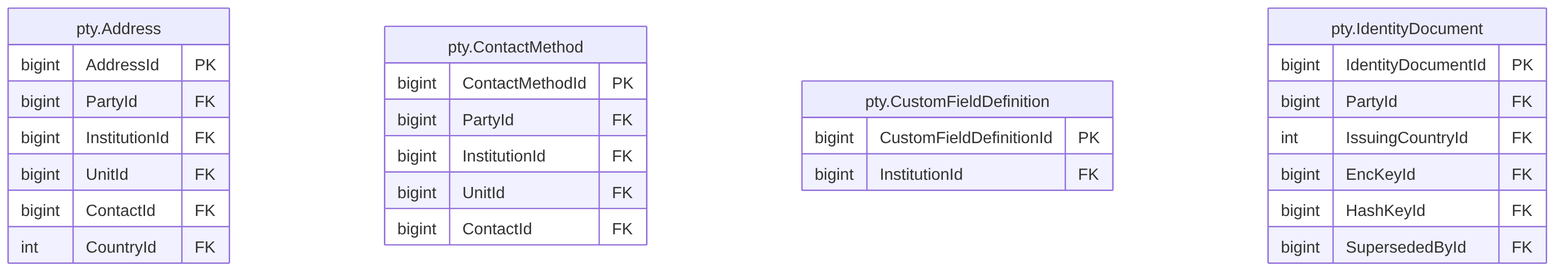
Before: treasury-platform/docs/diagrams/erd/m1_party_1.png, a diagram exported from Mermaid (thawrasy/smartlines). Its source is kept beside it as treasury-platform/docs/diagrams/erd/m1_party_1.mmd.
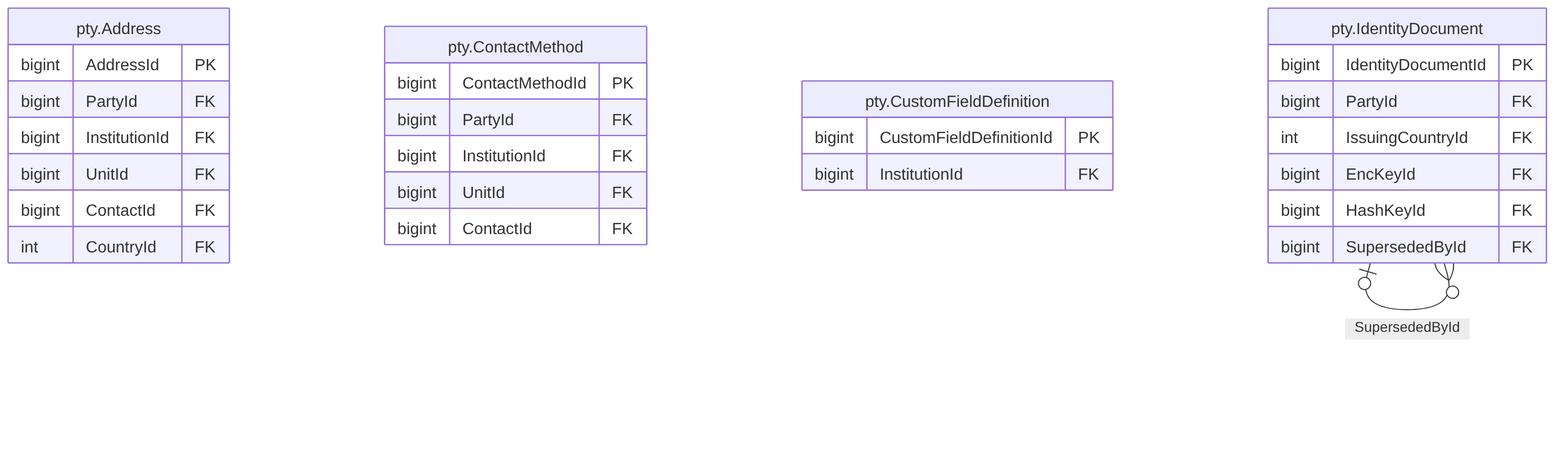
Later version of the same file.

Diff of the diagram source:
```diff
@@ -26,3 +26,4 @@
     bigint HashKeyId FK
     bigint SupersededById FK
   }
+  pty_IdentityDocument |o--o{ pty_IdentityDocument : "SupersededById"
```
